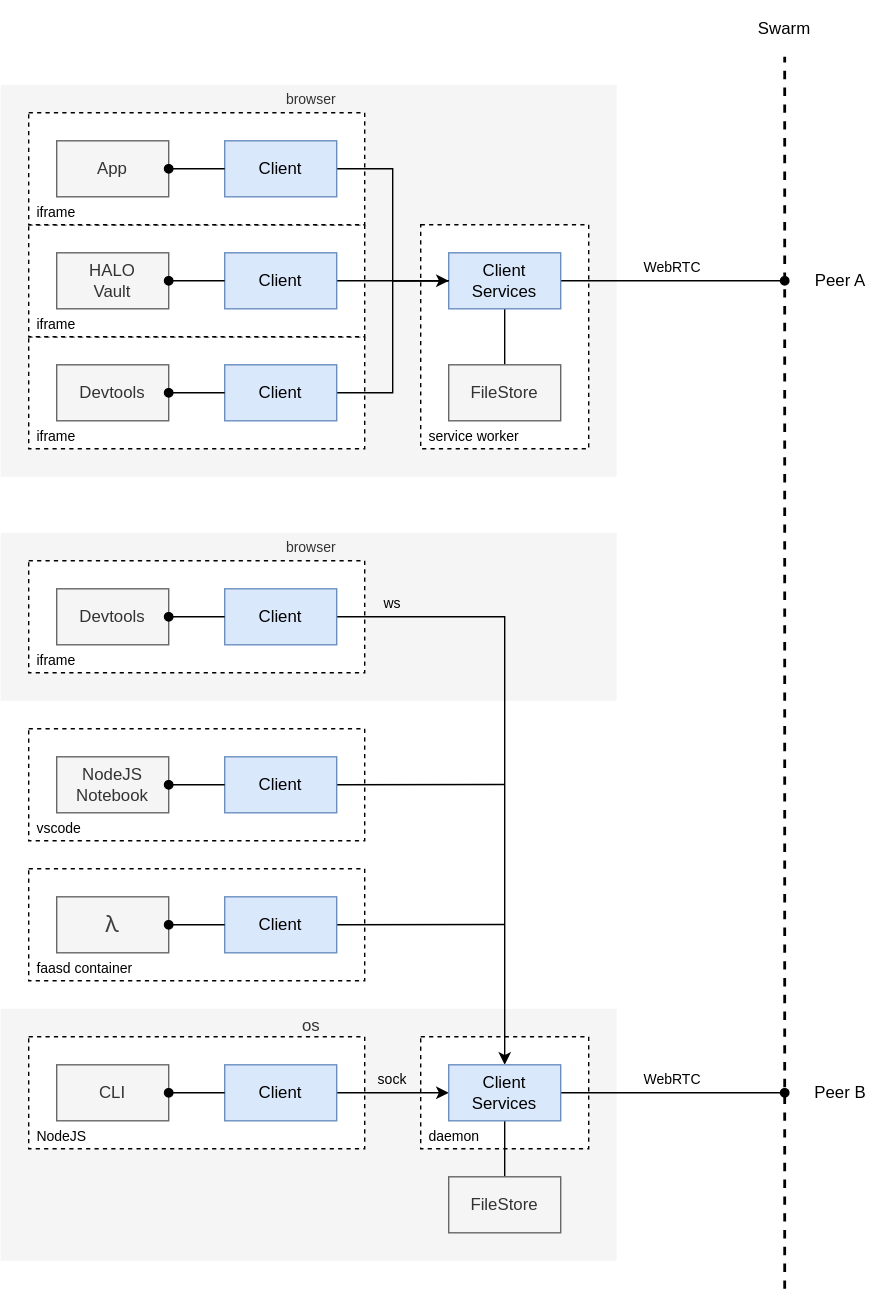
Before: docs/docs/design/diagrams/remote-agents.drawio.svg, a diagram exported from draw.io (dxos/dxos). Source tidied: cells renumbered, new cells last; positions are measured from the earlier drawing's top-left corner, leaving out a move shared by most shapes.
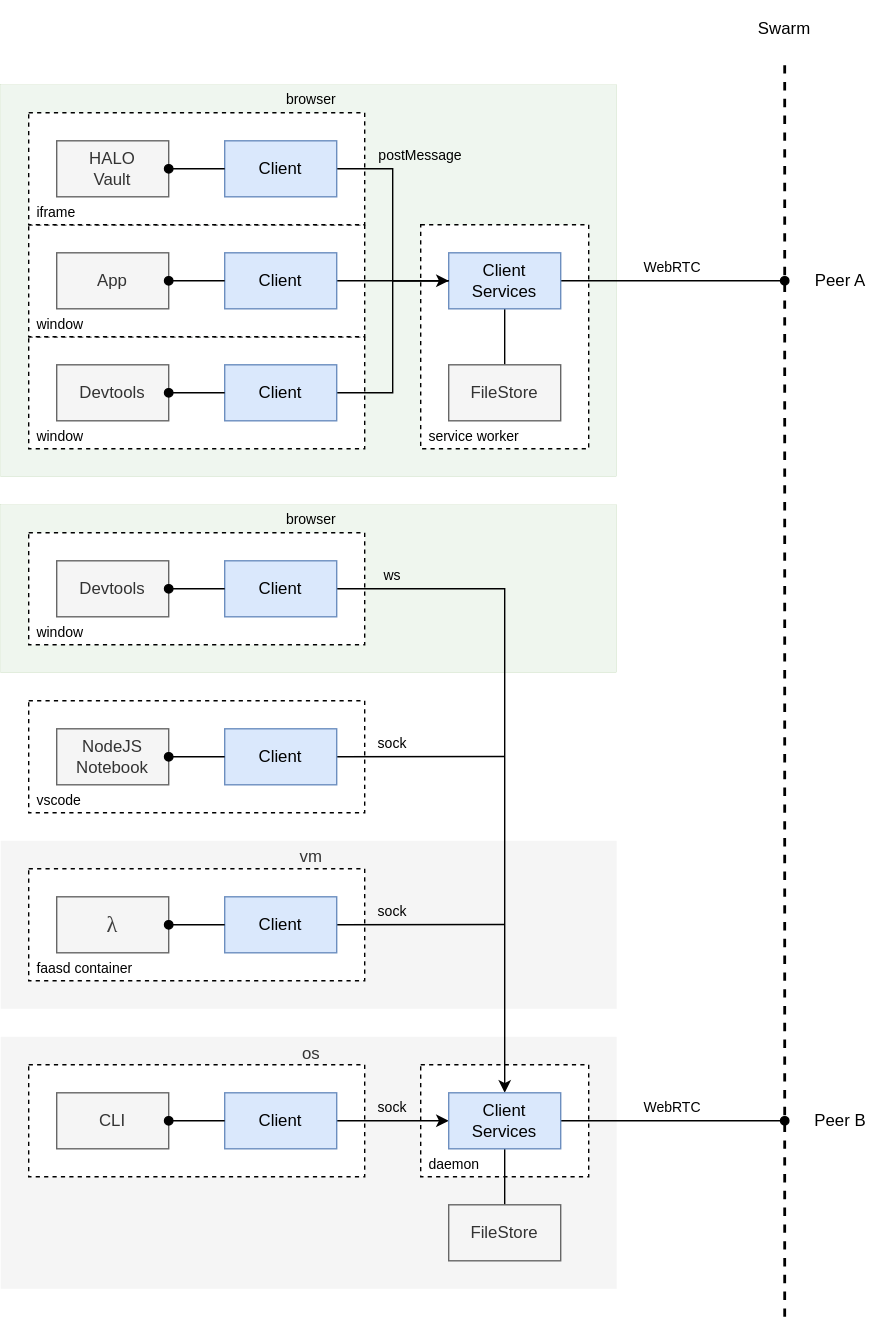
After the commit.

What changed in the source:
```diff
@@ -2,19 +2,22 @@
   <root>
     <mxCell id="0" />
     <mxCell id="1" parent="0" />
+    <mxCell id="58" value="vm" style="rounded=0;whiteSpace=wrap;html=1;align=center;verticalAlign=top;spacingLeft=4;fillColor=#f5f5f5;strokeColor=none;fontColor=#333333;strokeWidth=0;spacing=0;" parent="1" vertex="1">
+      <mxGeometry y="600" width="440" height="120" as="geometry" />
+    </mxCell>
     <mxCell id="2" value="os" style="rounded=0;whiteSpace=wrap;html=1;align=center;verticalAlign=top;spacingLeft=4;fillColor=#f5f5f5;strokeColor=none;fontColor=#333333;strokeWidth=0;spacing=0;" parent="1" vertex="1">
-      <mxGeometry y="720" width="440" height="180" as="geometry" />
+      <mxGeometry y="740" width="440" height="180" as="geometry" />
     </mxCell>
     <mxCell id="3" value="daemon" style="rounded=0;whiteSpace=wrap;html=1;dashed=1;align=left;verticalAlign=bottom;spacingLeft=4;fillColor=default;fontSize=10;" parent="1" vertex="1">
-      <mxGeometry x="300" y="740" width="120" height="80" as="geometry" />
+      <mxGeometry x="300" y="760" width="120" height="80" as="geometry" />
     </mxCell>
-    <mxCell id="4" value="browser" style="rounded=0;whiteSpace=wrap;html=1;align=center;verticalAlign=top;spacingLeft=4;fillColor=#f5f5f5;strokeColor=none;fontColor=#333333;strokeWidth=0;fontSize=10;spacing=0;" parent="1" vertex="1">
+    <mxCell id="4" value="browser" style="rounded=0;whiteSpace=wrap;html=1;align=center;verticalAlign=top;spacingLeft=4;fillColor=#eff6ef;strokeColor=#82b366;strokeWidth=0;fontSize=10;spacing=0;fillStyle=auto;" parent="1" vertex="1">
       <mxGeometry y="60" width="440" height="280" as="geometry" />
     </mxCell>
-    <mxCell id="5" value="iframe" style="rounded=0;whiteSpace=wrap;html=1;dashed=1;align=left;verticalAlign=bottom;spacingLeft=4;fillColor=default;fontSize=10;" parent="1" vertex="1">
+    <mxCell id="5" value="window" style="rounded=0;whiteSpace=wrap;html=1;dashed=1;align=left;verticalAlign=bottom;spacingLeft=4;fillColor=default;fontSize=10;" parent="1" vertex="1">
       <mxGeometry x="20" y="240" width="240" height="80" as="geometry" />
     </mxCell>
-    <mxCell id="6" value="iframe" style="rounded=0;whiteSpace=wrap;html=1;dashed=1;align=left;verticalAlign=bottom;spacingLeft=4;fillColor=default;fontSize=10;" parent="1" vertex="1">
+    <mxCell id="6" value="window" style="rounded=0;whiteSpace=wrap;html=1;dashed=1;align=left;verticalAlign=bottom;spacingLeft=4;fillColor=default;fontSize=10;" parent="1" vertex="1">
       <mxGeometry x="20" y="160" width="240" height="80" as="geometry" />
     </mxCell>
     <mxCell id="7" value="service worker" style="rounded=0;whiteSpace=wrap;html=1;dashed=1;align=left;verticalAlign=bottom;spacingLeft=4;fillColor=default;fontSize=10;" parent="1" vertex="1">
@@ -37,7 +40,7 @@
     <mxCell id="12" value="Client&lt;br&gt;Services" style="rounded=0;whiteSpace=wrap;html=1;fillColor=#dae8fc;strokeColor=#6c8ebf;" parent="1" vertex="1">
       <mxGeometry x="320" y="180" width="80" height="40" as="geometry" />
     </mxCell>
-    <mxCell id="13" value="HALO&lt;br&gt;Vault" style="rounded=0;whiteSpace=wrap;html=1;fillColor=#f5f5f5;strokeColor=#666666;fontColor=#333333;" parent="1" vertex="1">
+    <mxCell id="13" value="App" style="rounded=0;whiteSpace=wrap;html=1;fillColor=#f5f5f5;strokeColor=#666666;fontColor=#333333;" parent="1" vertex="1">
       <mxGeometry x="40" y="180" width="80" height="40" as="geometry" />
     </mxCell>
     <mxCell id="14" value="Devtools" style="rounded=0;whiteSpace=wrap;html=1;fillColor=#f5f5f5;strokeColor=#666666;fontColor=#333333;" parent="1" vertex="1">
@@ -59,59 +62,59 @@
     </mxCell>
     <mxCell id="18" style="endArrow=none;html=1;dashed=1;strokeWidth=2;entryX=0.5;entryY=1;entryDx=0;entryDy=0;" parent="1" edge="1" target="37">
       <mxGeometry relative="1" as="geometry">
-        <mxPoint x="560" y="920" as="sourcePoint" />
+        <mxPoint x="560" y="940" as="sourcePoint" />
       </mxGeometry>
     </mxCell>
     <mxCell id="19" style="edgeStyle=none;html=1;exitX=1;exitY=0.5;exitDx=0;exitDy=0;startArrow=oval;startFill=1;endArrow=none;endFill=0;" parent="1" edge="1" source="14" target="17">
       <mxGeometry relative="1" as="geometry" />
     </mxCell>
-    <mxCell id="20" value="browser" style="rounded=0;whiteSpace=wrap;html=1;align=center;verticalAlign=top;spacingLeft=4;fillColor=#f5f5f5;strokeColor=none;fontColor=#333333;strokeWidth=0;fontSize=10;spacing=0;" parent="1" vertex="1">
-      <mxGeometry y="380" width="440" height="120" as="geometry" />
+    <mxCell id="20" value="browser" style="rounded=0;whiteSpace=wrap;html=1;align=center;verticalAlign=top;spacingLeft=4;fillColor=#eff6ee;strokeColor=#82b366;strokeWidth=0;fontSize=10;spacing=0;" parent="1" vertex="1">
+      <mxGeometry y="360" width="440" height="120" as="geometry" />
     </mxCell>
-    <mxCell id="21" value="iframe" style="rounded=0;whiteSpace=wrap;html=1;dashed=1;align=left;verticalAlign=bottom;spacingLeft=4;fillColor=default;fontSize=10;" parent="1" vertex="1">
-      <mxGeometry x="20" y="400" width="240" height="80" as="geometry" />
+    <mxCell id="21" value="window" style="rounded=0;whiteSpace=wrap;html=1;dashed=1;align=left;verticalAlign=bottom;spacingLeft=4;fillColor=default;fontSize=10;" parent="1" vertex="1">
+      <mxGeometry x="20" y="380" width="240" height="80" as="geometry" />
     </mxCell>
     <mxCell id="22" style="edgeStyle=none;rounded=0;html=1;exitX=1;exitY=0.5;exitDx=0;exitDy=0;entryX=0.5;entryY=0;entryDx=0;entryDy=0;fontSize=10;startArrow=none;startFill=0;endArrow=classic;endFill=1;" parent="1" edge="1" source="23" target="33">
       <mxGeometry relative="1" as="geometry">
         <Array as="points">
-          <mxPoint x="360" y="440" />
+          <mxPoint x="360" y="420" />
         </Array>
       </mxGeometry>
     </mxCell>
     <mxCell id="23" value="Client" style="rounded=0;whiteSpace=wrap;html=1;fillColor=#dae8fc;strokeColor=#6c8ebf;" parent="1" vertex="1">
-      <mxGeometry x="160" y="420" width="80" height="40" as="geometry" />
+      <mxGeometry x="160" y="400" width="80" height="40" as="geometry" />
     </mxCell>
     <mxCell id="24" value="Devtools" style="rounded=0;whiteSpace=wrap;html=1;fillColor=#f5f5f5;strokeColor=#666666;fontColor=#333333;" parent="1" vertex="1">
-      <mxGeometry x="40" y="420" width="80" height="40" as="geometry" />
+      <mxGeometry x="40" y="400" width="80" height="40" as="geometry" />
     </mxCell>
     <mxCell id="25" style="edgeStyle=none;html=1;exitX=1;exitY=0.5;exitDx=0;exitDy=0;startArrow=oval;startFill=1;endArrow=none;endFill=0;" parent="1" edge="1" source="24" target="23">
       <mxGeometry relative="1" as="geometry" />
     </mxCell>
-    <mxCell id="26" value="NodeJS" style="rounded=0;whiteSpace=wrap;html=1;dashed=1;align=left;verticalAlign=bottom;spacingLeft=4;fillColor=default;fontSize=10;" parent="1" vertex="1">
-      <mxGeometry x="20" y="740" width="240" height="80" as="geometry" />
+    <mxCell id="26" style="rounded=0;whiteSpace=wrap;html=1;dashed=1;align=left;verticalAlign=bottom;spacingLeft=4;fillColor=default;fontSize=10;" parent="1" vertex="1">
+      <mxGeometry x="20" y="760" width="240" height="80" as="geometry" />
     </mxCell>
     <mxCell id="27" style="edgeStyle=none;rounded=0;html=1;exitX=1;exitY=0.5;exitDx=0;exitDy=0;entryX=0;entryY=0.5;entryDx=0;entryDy=0;startArrow=none;startFill=0;endArrow=classic;endFill=1;" parent="1" edge="1" source="28" target="33">
       <mxGeometry relative="1" as="geometry" />
     </mxCell>
     <mxCell id="28" value="Client" style="rounded=0;whiteSpace=wrap;html=1;fillColor=#dae8fc;strokeColor=#6c8ebf;" parent="1" vertex="1">
-      <mxGeometry x="160" y="760" width="80" height="40" as="geometry" />
+      <mxGeometry x="160" y="780" width="80" height="40" as="geometry" />
     </mxCell>
     <mxCell id="29" value="CLI" style="rounded=0;whiteSpace=wrap;html=1;fillColor=#f5f5f5;strokeColor=#666666;fontColor=#333333;" parent="1" vertex="1">
-      <mxGeometry x="40" y="760" width="80" height="40" as="geometry" />
+      <mxGeometry x="40" y="780" width="80" height="40" as="geometry" />
     </mxCell>
     <mxCell id="30" style="edgeStyle=none;html=1;exitX=1;exitY=0.5;exitDx=0;exitDy=0;startArrow=oval;startFill=1;endArrow=none;endFill=0;" parent="1" edge="1" source="29" target="28">
       <mxGeometry relative="1" as="geometry" />
     </mxCell>
     <mxCell id="31" style="edgeStyle=none;rounded=0;html=1;exitX=1;exitY=0.5;exitDx=0;exitDy=0;fontSize=10;startArrow=none;startFill=0;endArrow=oval;endFill=1;" parent="1" edge="1" source="33">
       <mxGeometry relative="1" as="geometry">
-        <mxPoint x="560" y="780" as="targetPoint" />
+        <mxPoint x="560" y="800" as="targetPoint" />
       </mxGeometry>
     </mxCell>
     <mxCell id="32" style="edgeStyle=none;rounded=0;html=1;exitX=0.5;exitY=1;exitDx=0;exitDy=0;strokeWidth=1;fontSize=16;startArrow=none;startFill=0;endArrow=none;endFill=0;" parent="1" edge="1" source="33" target="52">
       <mxGeometry relative="1" as="geometry" />
     </mxCell>
     <mxCell id="33" value="Client&lt;br&gt;Services" style="rounded=0;whiteSpace=wrap;html=1;fillColor=#dae8fc;strokeColor=#6c8ebf;" parent="1" vertex="1">
-      <mxGeometry x="320" y="760" width="80" height="40" as="geometry" />
+      <mxGeometry x="320" y="780" width="80" height="40" as="geometry" />
     </mxCell>
     <mxCell id="34" value="FileStore" style="rounded=0;whiteSpace=wrap;html=1;fillColor=#f5f5f5;strokeColor=#666666;fontColor=#333333;" parent="1" vertex="1">
       <mxGeometry x="320" y="260" width="80" height="40" as="geometry" />
@@ -120,7 +123,7 @@
       <mxGeometry x="560" y="180" width="80" height="40" as="geometry" />
     </mxCell>
     <mxCell id="36" value="Peer B" style="rounded=0;whiteSpace=wrap;html=1;strokeColor=none;strokeWidth=0;fontSize=12;fillColor=none;" parent="1" vertex="1">
-      <mxGeometry x="560" y="760" width="80" height="40" as="geometry" />
+      <mxGeometry x="560" y="780" width="80" height="40" as="geometry" />
     </mxCell>
     <mxCell id="37" value="Swarm" style="rounded=0;whiteSpace=wrap;html=1;strokeColor=none;strokeWidth=0;fontSize=12;fillColor=none;" parent="1" vertex="1">
       <mxGeometry x="520" width="80" height="40" as="geometry" />
@@ -129,27 +132,27 @@
       <mxGeometry x="440" y="180" width="80" height="20" as="geometry" />
     </mxCell>
     <mxCell id="39" value="WebRTC" style="rounded=0;whiteSpace=wrap;html=1;strokeColor=none;strokeWidth=0;fontSize=10;fillColor=none;" parent="1" vertex="1">
-      <mxGeometry x="440" y="760" width="80" height="20" as="geometry" />
+      <mxGeometry x="440" y="780" width="80" height="20" as="geometry" />
     </mxCell>
     <mxCell id="40" value="ws" style="rounded=0;whiteSpace=wrap;html=1;strokeColor=none;strokeWidth=0;fontSize=10;fillColor=none;" parent="1" vertex="1">
-      <mxGeometry x="240" y="420" width="80" height="20" as="geometry" />
+      <mxGeometry x="240" y="400" width="80" height="20" as="geometry" />
     </mxCell>
     <mxCell id="41" value="sock" style="rounded=0;whiteSpace=wrap;html=1;strokeColor=none;strokeWidth=0;fontSize=10;fillColor=none;" parent="1" vertex="1">
-      <mxGeometry x="240" y="760" width="80" height="20" as="geometry" />
+      <mxGeometry x="240" y="780" width="80" height="20" as="geometry" />
     </mxCell>
     <mxCell id="42" value="vscode" style="rounded=0;whiteSpace=wrap;html=1;dashed=1;align=left;verticalAlign=bottom;spacingLeft=4;fillColor=default;fontSize=10;" parent="1" vertex="1">
-      <mxGeometry x="20" y="520" width="240" height="80" as="geometry" />
+      <mxGeometry x="20" y="500" width="240" height="80" as="geometry" />
     </mxCell>
     <mxCell id="43" style="edgeStyle=none;rounded=0;html=1;exitX=1;exitY=0.5;exitDx=0;exitDy=0;strokeWidth=1;fontSize=16;startArrow=none;startFill=0;endArrow=none;endFill=0;" parent="1" edge="1" source="44">
       <mxGeometry relative="1" as="geometry">
-        <mxPoint x="360" y="559.8" as="targetPoint" />
+        <mxPoint x="360" y="539.8" as="targetPoint" />
       </mxGeometry>
     </mxCell>
     <mxCell id="44" value="Client" style="rounded=0;whiteSpace=wrap;html=1;fillColor=#dae8fc;strokeColor=#6c8ebf;" parent="1" vertex="1">
-      <mxGeometry x="160" y="540" width="80" height="40" as="geometry" />
+      <mxGeometry x="160" y="520" width="80" height="40" as="geometry" />
     </mxCell>
     <mxCell id="45" value="NodeJS&lt;br&gt;Notebook" style="rounded=0;whiteSpace=wrap;html=1;fillColor=#f5f5f5;strokeColor=#666666;fontColor=#333333;" parent="1" vertex="1">
-      <mxGeometry x="40" y="540" width="80" height="40" as="geometry" />
+      <mxGeometry x="40" y="520" width="80" height="40" as="geometry" />
     </mxCell>
     <mxCell id="46" style="edgeStyle=none;html=1;exitX=1;exitY=0.5;exitDx=0;exitDy=0;startArrow=oval;startFill=1;endArrow=none;endFill=0;" parent="1" edge="1" source="45" target="44">
       <mxGeometry relative="1" as="geometry" />
@@ -165,14 +168,14 @@
     <mxCell id="49" value="Client" style="rounded=0;whiteSpace=wrap;html=1;fillColor=#dae8fc;strokeColor=#6c8ebf;" parent="1" vertex="1">
       <mxGeometry x="160" y="640" width="80" height="40" as="geometry" />
     </mxCell>
-    <mxCell id="50" value="&lt;font face=&quot;-apple-system, system-ui, Helvetica Neue, Helvetica, Arial, sans-serif&quot; color=&quot;#404040&quot; style=&quot;font-size: 16px;&quot;&gt;λ&lt;/font&gt;" style="rounded=0;whiteSpace=wrap;html=1;fillColor=#f5f5f5;strokeColor=#666666;fontColor=#333333;fontSize=16;" parent="1" vertex="1">
+    <mxCell id="50" value="&lt;font color=&quot;#404040&quot; style=&quot;font-size: 16px;&quot;&gt;λ&lt;/font&gt;" style="rounded=0;whiteSpace=wrap;html=1;fillColor=#f5f5f5;strokeColor=#666666;fontColor=#333333;fontSize=16;fontFamily=Verdana;" parent="1" vertex="1">
       <mxGeometry x="40" y="640" width="80" height="40" as="geometry" />
     </mxCell>
     <mxCell id="51" style="edgeStyle=none;html=1;exitX=1;exitY=0.5;exitDx=0;exitDy=0;startArrow=oval;startFill=1;endArrow=none;endFill=0;" parent="1" edge="1" source="50" target="49">
       <mxGeometry relative="1" as="geometry" />
     </mxCell>
     <mxCell id="52" value="FileStore" style="rounded=0;whiteSpace=wrap;html=1;fillColor=#f5f5f5;strokeColor=#666666;fontColor=#333333;" parent="1" vertex="1">
-      <mxGeometry x="320" y="840" width="80" height="40" as="geometry" />
+      <mxGeometry x="320" y="860" width="80" height="40" as="geometry" />
     </mxCell>
     <mxCell id="53" value="iframe" style="rounded=0;whiteSpace=wrap;html=1;dashed=1;align=left;verticalAlign=bottom;spacingLeft=4;fillColor=default;fontSize=10;" parent="1" vertex="1">
       <mxGeometry x="20" y="80" width="240" height="80" as="geometry" />
@@ -188,11 +191,20 @@
     <mxCell id="55" value="Client" style="rounded=0;whiteSpace=wrap;html=1;fillColor=#dae8fc;strokeColor=#6c8ebf;" parent="1" vertex="1">
       <mxGeometry x="160" y="100" width="80" height="40" as="geometry" />
     </mxCell>
-    <mxCell id="56" value="App" style="rounded=0;whiteSpace=wrap;html=1;fillColor=#f5f5f5;strokeColor=#666666;fontColor=#333333;" parent="1" vertex="1">
+    <mxCell id="56" value="HALO&lt;br style=&quot;border-color: var(--border-color);&quot;&gt;Vault" style="rounded=0;whiteSpace=wrap;html=1;fillColor=#f5f5f5;strokeColor=#666666;fontColor=#333333;" parent="1" vertex="1">
       <mxGeometry x="40" y="100" width="80" height="40" as="geometry" />
     </mxCell>
     <mxCell id="57" style="edgeStyle=none;html=1;exitX=1;exitY=0.5;exitDx=0;exitDy=0;startArrow=oval;startFill=1;endArrow=none;endFill=0;" parent="1" edge="1" source="56" target="55">
       <mxGeometry relative="1" as="geometry" />
     </mxCell>
+    <mxCell id="59" value="sock" style="rounded=0;whiteSpace=wrap;html=1;strokeColor=none;strokeWidth=0;fontSize=10;fillColor=none;" parent="1" vertex="1">
+      <mxGeometry x="240" y="520" width="80" height="20" as="geometry" />
+    </mxCell>
+    <mxCell id="60" value="sock" style="rounded=0;whiteSpace=wrap;html=1;strokeColor=none;strokeWidth=0;fontSize=10;fillColor=none;" parent="1" vertex="1">
+      <mxGeometry x="240" y="640" width="80" height="20" as="geometry" />
+    </mxCell>
+    <mxCell id="61" value="postMessage" style="rounded=0;whiteSpace=wrap;html=1;strokeColor=none;strokeWidth=0;fontSize=10;fillColor=none;spacingLeft=0;" parent="1" vertex="1">
+      <mxGeometry x="260" y="100" width="80" height="20" as="geometry" />
+    </mxCell>
   </root>
 </mxGraphModel>
```
